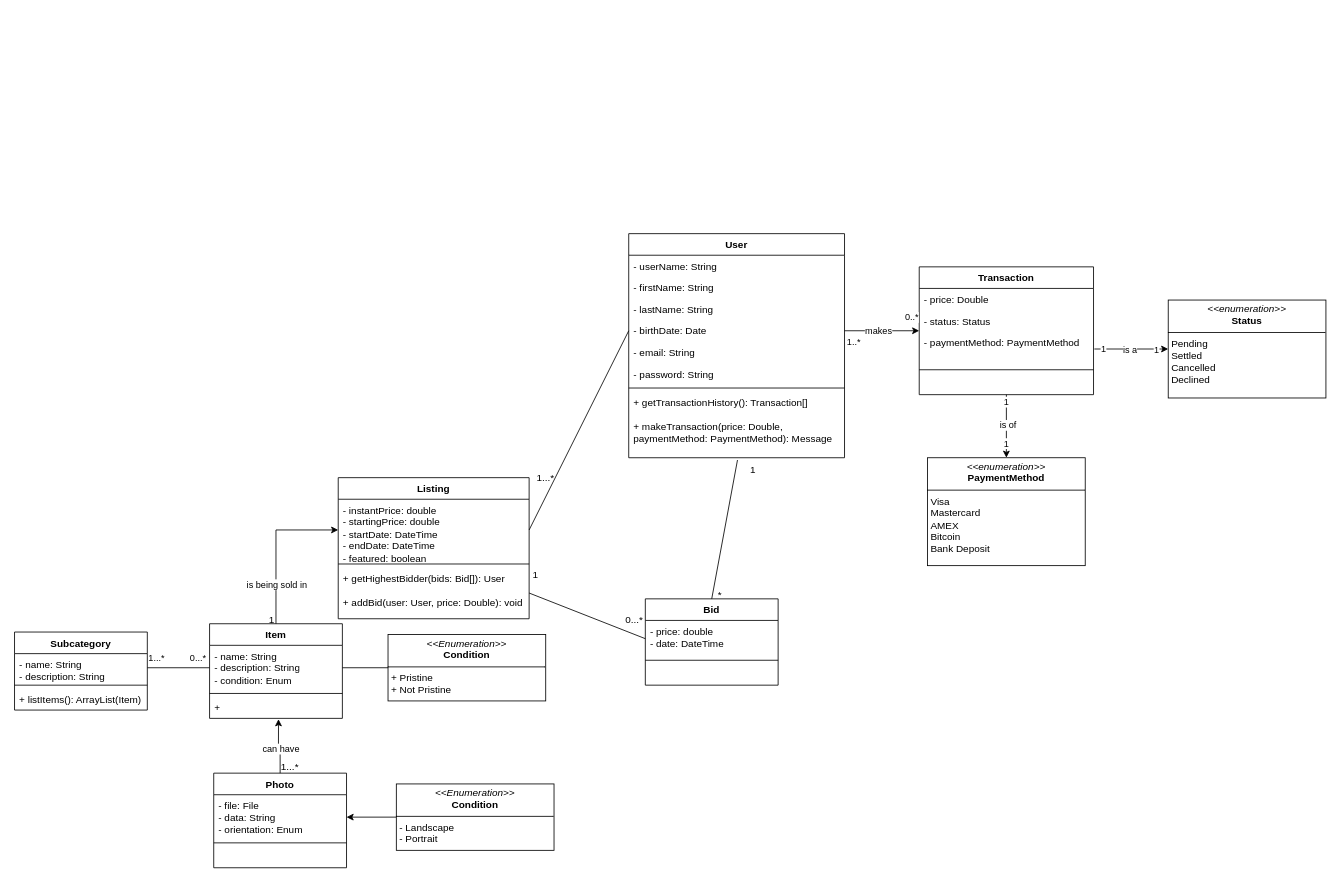
Above: page "Page-1" (1 of 2) of Workshop4.drawio in antonykimuom/SWEN30006-2025-SM1-workshop1-tuew05-14-00-team-12 (draw.io), before the change. Source tidied: cells renumbered, new cells numbered last; positions are measured from the earlier drawing's top-left corner, leaving out a move shared by most shapes. Both pictures are drawn from the tidied source at 83%, with x=0, y=0 at pixel (14, 233).
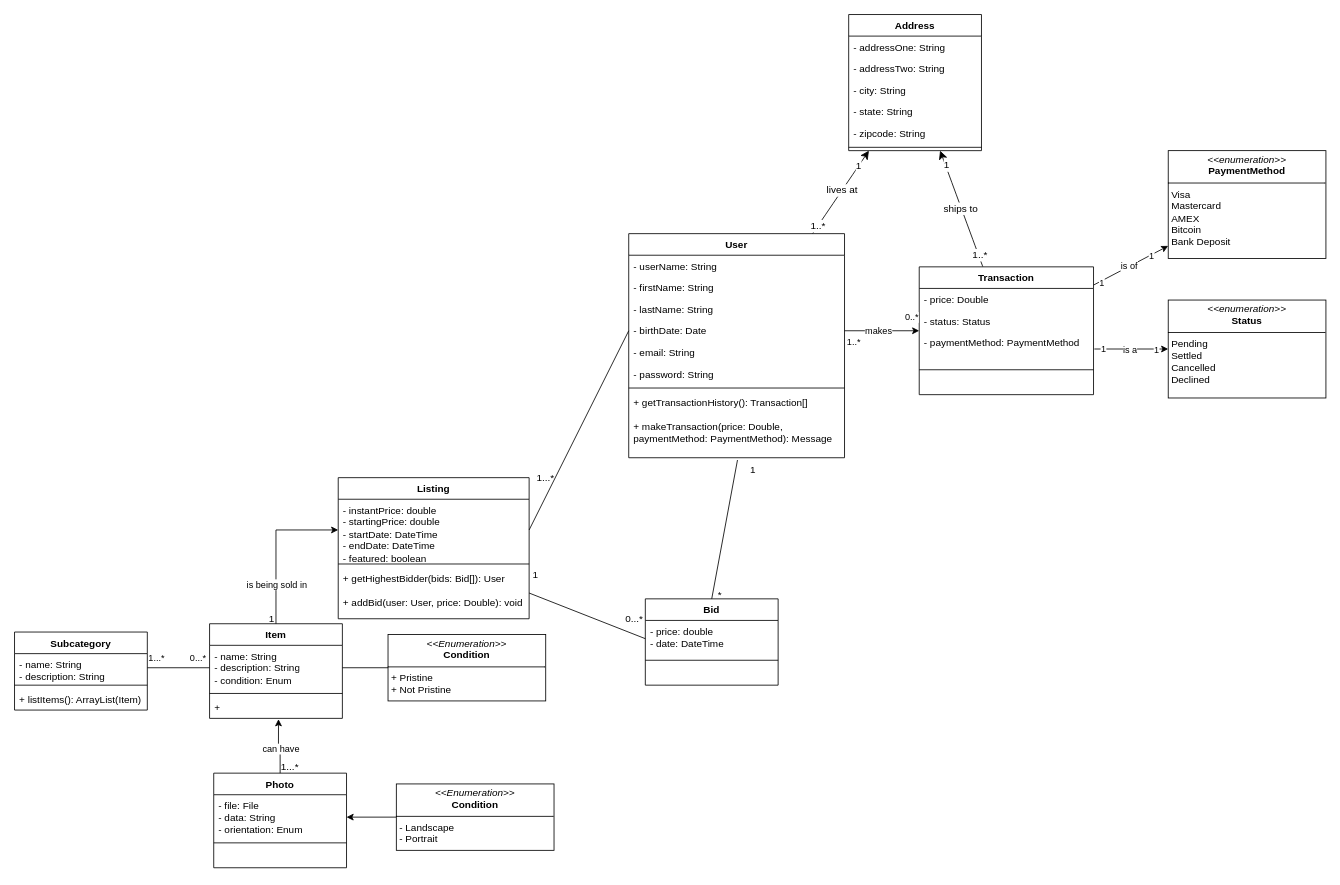
The same diagram, later.

The change refers to these unchanged cells:
```xml
<mxCell id="2" value="User" style="swimlane;fontStyle=1;align=center;verticalAlign=top;horizontal=1;startSize=26;whiteSpace=wrap;html=1;" parent="1" vertex="1">
  <mxGeometry x="740" width="260" height="270" as="geometry" />
</mxCell>
<mxCell id="23" value="Transaction" style="swimlane;fontStyle=1;align=center;verticalAlign=top;horizontal=1;startSize=26;whiteSpace=wrap;html=1;" parent="1" vertex="1">
  <mxGeometry x="1090" y="40" width="210" height="154" as="geometry" />
</mxCell>
```

The edit, as a diff of the source:
```diff
@@
+    <mxCell id="75" style="edgeStyle=none;curved=1;rounded=0;jettySize=auto;html=1;fontSize=12;startSize=8;endSize=8;" parent="1" edge="1" source="2" target="83">
+      <mxGeometry relative="1" as="geometry" />
+    </mxCell>
+    <mxCell id="76" value="1..*" style="edgeLabel;html=1;align=center;verticalAlign=middle;fontSize=12;" parent="75" vertex="1">
+      <mxGeometry x="-0.81" relative="1" as="geometry" />
+    </mxCell>
+    <mxCell id="77" value="1" style="edgeLabel;html=1;align=center;verticalAlign=middle;fontSize=12;" parent="75" vertex="1">
+      <mxGeometry x="0.82" y="1" relative="1" as="geometry">
+        <mxPoint x="-6" y="10" as="offset" />
+      </mxGeometry>
+    </mxCell>
+    <mxCell id="78" value="lives at" style="edgeLabel;html=1;align=center;verticalAlign=middle;fontSize=12;" parent="75" vertex="1">
+      <mxGeometry x="0.04" relative="1" as="geometry" />
+    </mxCell>
@@
-    <mxCell id="15" style="edgeStyle=orthogonalEdgeStyle;rounded=0;jettySize=auto;html=1;" parent="1" edge="1" source="23" target="49">
+    <mxCell id="15" style="rounded=0;jettySize=auto;html=1;" parent="1" edge="1" source="23" target="49">
       <mxGeometry relative="1" as="geometry" />
     </mxCell>
@@
+    <mxCell id="79" style="edgeStyle=none;curved=1;rounded=0;jettySize=auto;html=1;fontSize=12;startSize=8;endSize=8;" parent="1" edge="1" source="23" target="83">
+      <mxGeometry relative="1" as="geometry" />
+    </mxCell>
+    <mxCell id="80" value="ships to" style="edgeLabel;html=1;align=center;verticalAlign=middle;fontSize=12;" parent="79" vertex="1">
+      <mxGeometry x="0.02" y="2" relative="1" as="geometry">
+        <mxPoint x="1" as="offset" />
+      </mxGeometry>
+    </mxCell>
+    <mxCell id="81" value="1" style="edgeLabel;html=1;align=center;verticalAlign=middle;fontSize=12;" parent="79" vertex="1">
+      <mxGeometry x="0.74" y="-1" relative="1" as="geometry" />
+    </mxCell>
+    <mxCell id="82" value="1..*" style="edgeLabel;html=1;align=center;verticalAlign=middle;fontSize=12;" parent="79" vertex="1">
+      <mxGeometry x="-0.8" y="-1" relative="1" as="geometry" />
+    </mxCell>
@@
     <mxCell id="49" value="&lt;p style=&quot;margin:0px;margin-top:4px;text-align:center;&quot;&gt;&lt;i&gt;&amp;lt;&amp;lt;enumeration&amp;gt;&amp;gt;&lt;/i&gt;&lt;br&gt;&lt;b&gt;PaymentMethod&lt;/b&gt;&lt;/p&gt;&lt;hr size=&quot;1&quot; style=&quot;border-style:solid;&quot;&gt;&lt;p style=&quot;margin:0px;margin-left:4px;&quot;&gt;Visa&lt;/p&gt;&lt;p style=&quot;margin:0px;margin-left:4px;&quot;&gt;Mastercard&lt;/p&gt;&lt;p style=&quot;margin:0px;margin-left:4px;&quot;&gt;AMEX&lt;/p&gt;&lt;p style=&quot;margin:0px;margin-left:4px;&quot;&gt;Bitcoin&lt;/p&gt;&lt;p style=&quot;margin:0px;margin-left:4px;&quot;&gt;Bank Deposit&lt;/p&gt;&lt;p style=&quot;margin:0px;margin-left:4px;&quot;&gt;&lt;br&gt;&lt;/p&gt;&lt;p style=&quot;margin:0px;margin-left:4px;&quot;&gt;&lt;br&gt;&lt;/p&gt;" style="verticalAlign=top;align=left;overflow=fill;html=1;whiteSpace=wrap;" parent="1" vertex="1">
-      <mxGeometry x="1100" y="270" width="190" height="130" as="geometry" />
+      <mxGeometry x="1390" y="-100" width="190" height="130" as="geometry" />
     </mxCell>
@@
+    <mxCell id="83" value="Address" style="swimlane;fontStyle=1;align=center;verticalAlign=top;horizontal=1;startSize=26;whiteSpace=wrap;html=1;" parent="1" vertex="1">
+      <mxGeometry x="1005" y="-264" width="160" height="164" as="geometry" />
+    </mxCell>
+    <mxCell id="84" value="- addressOne: String" style="text;strokeColor=none;fillColor=none;align=left;verticalAlign=top;spacingLeft=4;spacingRight=4;overflow=hidden;whiteSpace=wrap;html=1;" parent="83" vertex="1">
+      <mxGeometry y="26" width="160" height="26" as="geometry" />
+    </mxCell>
+    <mxCell id="85" value="- addressTwo: String" style="text;strokeColor=none;fillColor=none;align=left;verticalAlign=top;spacingLeft=4;spacingRight=4;overflow=hidden;whiteSpace=wrap;html=1;" parent="83" vertex="1">
+      <mxGeometry y="52" width="160" height="26" as="geometry" />
+    </mxCell>
+    <mxCell id="86" value="- city: String" style="text;strokeColor=none;fillColor=none;align=left;verticalAlign=top;spacingLeft=4;spacingRight=4;overflow=hidden;whiteSpace=wrap;html=1;" parent="83" vertex="1">
+      <mxGeometry y="78" width="160" height="26" as="geometry" />
+    </mxCell>
+    <mxCell id="87" value="- state: String" style="text;strokeColor=none;fillColor=none;align=left;verticalAlign=top;spacingLeft=4;spacingRight=4;overflow=hidden;whiteSpace=wrap;html=1;" parent="83" vertex="1">
+      <mxGeometry y="104" width="160" height="26" as="geometry" />
+    </mxCell>
+    <mxCell id="88" value="- zipcode: String" style="text;strokeColor=none;fillColor=none;align=left;verticalAlign=top;spacingLeft=4;spacingRight=4;overflow=hidden;whiteSpace=wrap;html=1;" parent="83" vertex="1">
+      <mxGeometry y="130" width="160" height="26" as="geometry" />
+    </mxCell>
+    <mxCell id="89" style="line;strokeWidth=1;fillColor=none;align=left;verticalAlign=middle;spacingTop=-1;spacingLeft=3;spacingRight=3;labelPosition=right;strokeColor=inherit;" parent="83" vertex="1">
+      <mxGeometry y="156" width="160" height="8" as="geometry" />
+    </mxCell>
```
